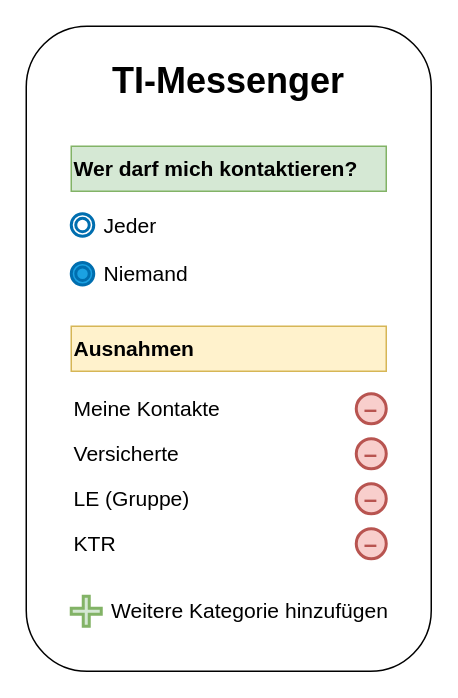
Before: src/drawio/TI-M_ePA/Berechtigung_UI.drawio in gematik/api-ti-messenger, a draw.io diagram. Source tidied: cells renumbered, new cells numbered last; positions are measured from the earlier drawing's top-left corner, leaving out a move shared by most shapes. Both pictures are drawn from the tidied source at 150%, with x=0, y=0 at pixel (26, 26).
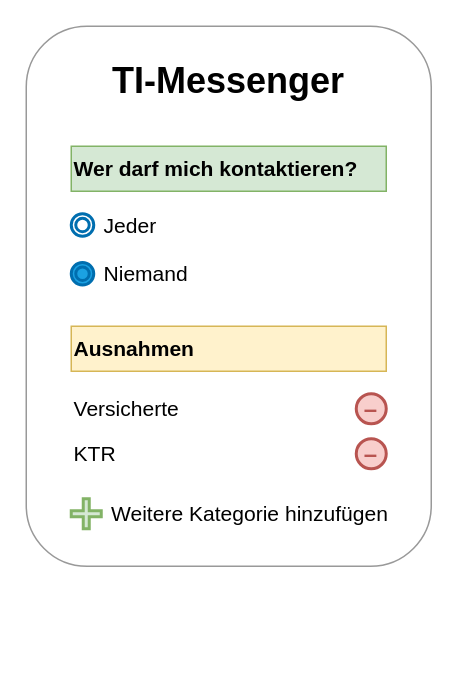
Above is the later version.

Commit message:
Update diagram for TIM-1307

Unchanged cells that the change refers to:
```xml
<mxCell id="11" style="group;" parent="1" vertex="1">
  <mxGeometry x="30" y="240" width="210" height="30" as="geometry" />
</mxCell>
```

Change to the diagram source:
```diff
@@
-    <mxCell id="2" value="&lt;h1&gt;TI-Messenger&lt;/h1&gt;" style="rounded=1;whiteSpace=wrap;html=1;verticalAlign=top;" parent="1" vertex="1">
-      <mxGeometry width="270" height="430" as="geometry" />
+    <mxCell id="2" value="&lt;h1&gt;TI-Messenger&lt;/h1&gt;" style="rounded=1;whiteSpace=wrap;html=1;verticalAlign=top;glass=0;shadow=0;strokeColor=#999999;" parent="1" vertex="1">
+      <mxGeometry width="270" height="360" as="geometry" />
     </mxCell>
@@
-    <mxCell id="12" value="&lt;b&gt;&lt;font style=&quot;font-size: 16px;&quot; color=&quot;#b85450&quot;&gt;–&lt;/font&gt;&lt;/b&gt;" style="ellipse;whiteSpace=wrap;html=1;fillColor=#f8cecc;strokeColor=#b85450;strokeWidth=2;" parent="11" vertex="1">
-      <mxGeometry x="190" y="5" width="20" height="20" as="geometry" />
-    </mxCell>
-    <mxCell id="13" value="&lt;font style=&quot;font-size: 14.04px;&quot;&gt;Meine Kontakte&lt;/font&gt;" style="text;html=1;align=left;verticalAlign=middle;whiteSpace=wrap;rounded=0;" parent="11" vertex="1">
-      <mxGeometry width="190" height="30" as="geometry" />
-    </mxCell>
-    <mxCell id="14" style="group;" parent="1" vertex="1">
-      <mxGeometry x="30" y="270" width="210" height="30" as="geometry" />
+    <mxCell id="14" style="group;" parent="11" vertex="1">
+      <mxGeometry width="210" height="30" as="geometry" />
     </mxCell>
@@
-    <mxCell id="17" style="group;" parent="1" vertex="1">
-      <mxGeometry x="30" y="300" width="210" height="30" as="geometry" />
-    </mxCell>
-    <mxCell id="18" value="&lt;b&gt;&lt;font style=&quot;font-size: 16px;&quot; color=&quot;#b85450&quot;&gt;–&lt;/font&gt;&lt;/b&gt;" style="ellipse;whiteSpace=wrap;html=1;fillColor=#f8cecc;strokeColor=#b85450;strokeWidth=2;" parent="17" vertex="1">
-      <mxGeometry x="190" y="5" width="20" height="20" as="geometry" />
-    </mxCell>
-    <mxCell id="19" value="&lt;font style=&quot;font-size: 14.04px;&quot;&gt;LE (Gruppe)&lt;/font&gt;" style="text;html=1;align=left;verticalAlign=middle;whiteSpace=wrap;rounded=0;" parent="17" vertex="1">
-      <mxGeometry width="190" height="30" as="geometry" />
-    </mxCell>
     <mxCell id="20" style="group;" parent="1" vertex="1">
-      <mxGeometry x="30" y="330" width="210" height="30" as="geometry" />
+      <mxGeometry x="30" y="270" width="210" height="30" as="geometry" />
     </mxCell>
@@
     <mxCell id="23" style="group;" parent="1" vertex="1">
-      <mxGeometry x="30" y="375" width="225" height="30" as="geometry" />
+      <mxGeometry x="30" y="310" width="225" height="30" as="geometry" />
     </mxCell>
```
